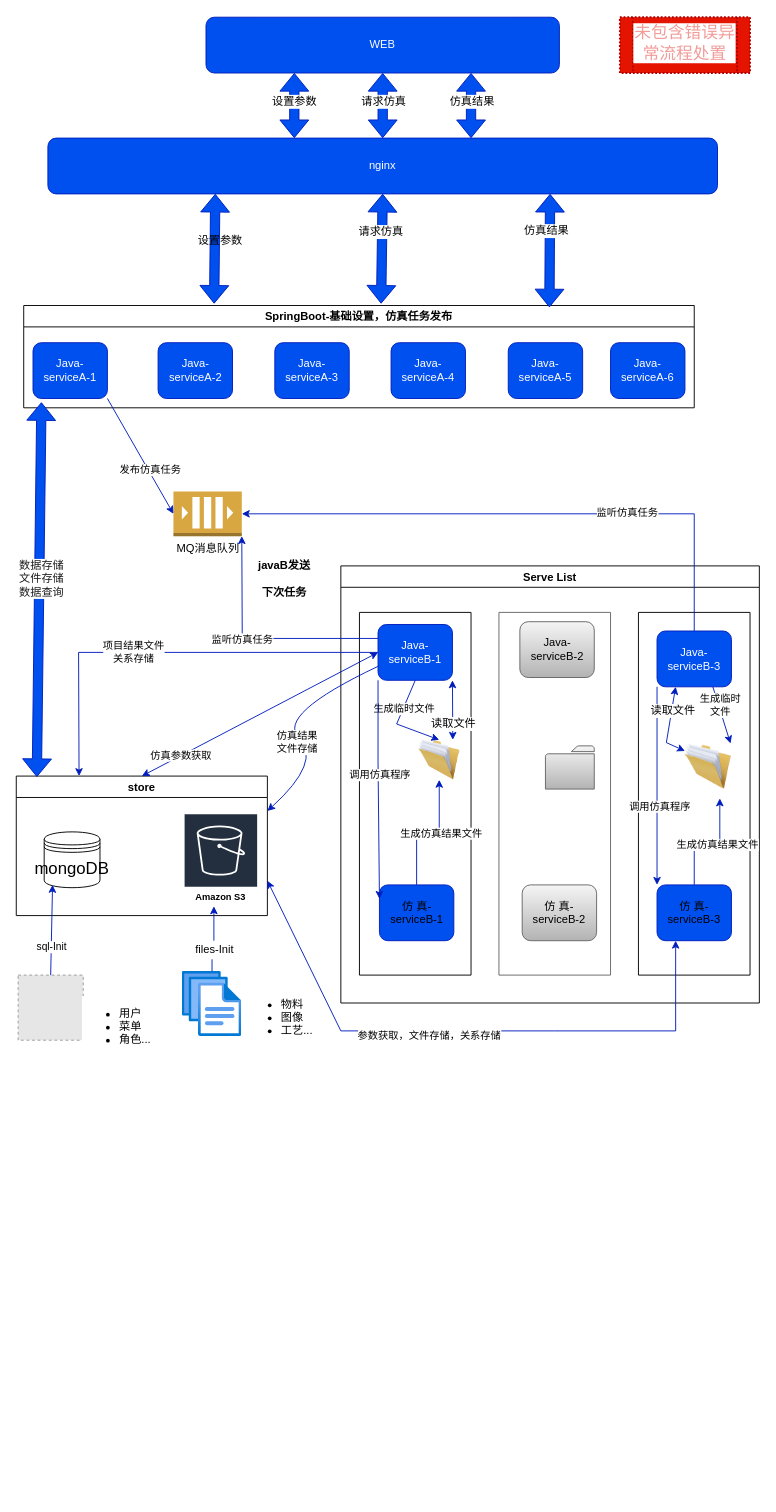
Above: doc/TechBusiness.drawio in yezhen701/VTCAD (draw.io), before the change. Source tidied: cells renumbered, new cells numbered last; positions are measured from the earlier drawing's top-left corner, leaving out a move shared by most shapes. Both pictures are drawn from the tidied source at 93%, with x=0, y=0 at pixel (16, 17). Pictures stored in the file or linked from it are replaced by grey dashed boxes.
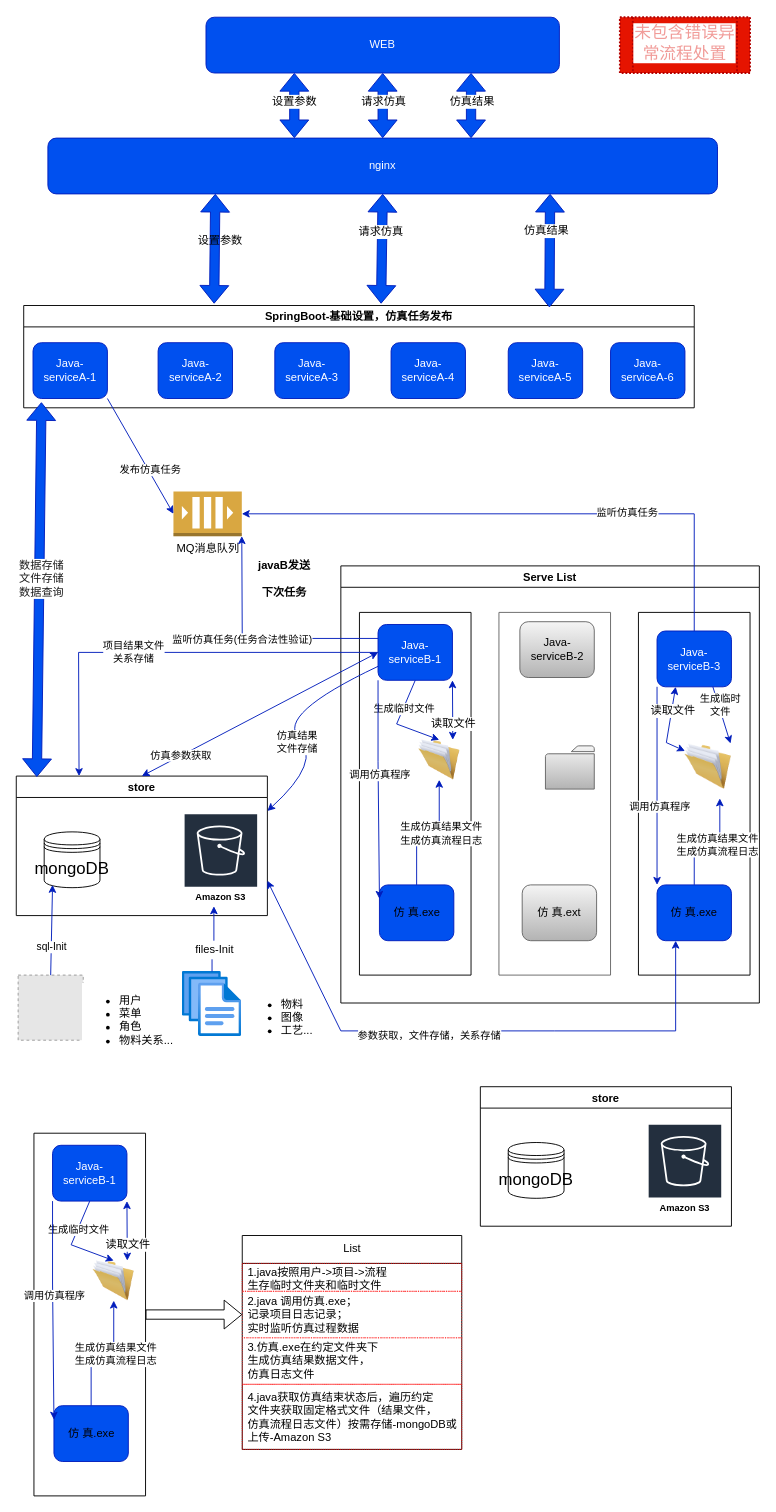
The same page after the edit.

Unchanged cells that the change refers to:
```xml
<mxCell id="15" style="swimlane;startSize=0;fontColor=#333333;strokeColor=#666666;fillColor=#E6E6E6;" parent="14" vertex="1">
  <mxGeometry x="170" y="50" width="120" height="390" as="geometry" />
</mxCell>
<mxCell id="19" style="swimlane;startSize=0;fontColor=default;strokeColor=default;fillColor=default;" parent="14" vertex="1">
  <mxGeometry x="20" y="50" width="120" height="390" as="geometry" />
</mxCell>
<mxCell id="21" style="edgeStyle=orthogonalEdgeStyle;rounded=0;jettySize=auto;html=1;labelBackgroundColor=default;fontColor=default;strokeColor=#001DBC;fillColor=#0050ef;" parent="19" edge="1" source="23" target="24">
  <mxGeometry relative="1" as="geometry" />
</mxCell>
<mxCell id="31" style="swimlane;startSize=0;fontColor=default;strokeColor=default;fillColor=default;" parent="14" vertex="1">
  <mxGeometry x="320" y="50" width="120" height="390" as="geometry" />
</mxCell>
<mxCell id="37" style="edgeStyle=orthogonalEdgeStyle;rounded=0;jettySize=auto;html=1;labelBackgroundColor=default;fontColor=default;strokeColor=#001DBC;fillColor=#0050ef;entryX=0.75;entryY=1;entryDx=0;entryDy=0;exitX=0.5;exitY=0;exitDx=0;exitDy=0;" parent="31" edge="1" source="33" target="34">
  <mxGeometry relative="1" as="geometry" />
</mxCell>
<mxCell id="54" style="endArrow=classic;html=1;rounded=0;labelBackgroundColor=default;fontColor=default;strokeColor=#001DBC;entryX=1;entryY=1;entryDx=0;entryDy=0;entryPerimeter=0;exitX=0;exitY=0.25;exitDx=0;exitDy=0;fillColor=#0050ef;" parent="1" edge="1" source="20" target="43">
  <mxGeometry relative="1" as="geometry">
    <Array as="points">
      <mxPoint x="243" y="668" />
    </Array>
  </mxGeometry>
</mxCell>
```

Change to the diagram source:
```diff
@@
-    <mxCell id="17" value="仿 真-serviceB-2" style="rounded=1;whiteSpace=wrap;html=1;strokeColor=#666666;fillColor=#f5f5f5;gradientColor=#b3b3b3;fontColor=default;" parent="15" vertex="1">
+    <mxCell id="17" value="仿 真.ext" style="rounded=1;whiteSpace=wrap;html=1;strokeColor=#666666;fillColor=#f5f5f5;gradientColor=#b3b3b3;fontColor=default;" parent="15" vertex="1">
       <mxGeometry x="25" y="293" width="80" height="60" as="geometry" />
     </mxCell>
@@
-    <mxCell id="22" value="生成仿真结果文件" style="edgeLabel;html=1;align=center;verticalAlign=middle;fontColor=default;" parent="21" vertex="1">
+    <mxCell id="22" value="生成仿真结果文件&lt;br&gt;生成仿真流程日志" style="edgeLabel;html=1;align=center;verticalAlign=middle;fontColor=default;" parent="21" vertex="1">
       <mxGeometry x="0.18" y="-2" relative="1" as="geometry">
         <mxPoint y="1" as="offset" />
       </mxGeometry>
     </mxCell>
-    <mxCell id="23" value="仿 真-serviceB-1" style="rounded=1;whiteSpace=wrap;html=1;fontColor=default;strokeColor=#001DBC;fillColor=#0050ef;" parent="19" vertex="1">
+    <mxCell id="23" value="仿 真.exe" style="rounded=1;whiteSpace=wrap;html=1;fontColor=default;strokeColor=#001DBC;fillColor=#0050ef;" parent="19" vertex="1">
       <mxGeometry x="21.5" y="293" width="80" height="60" as="geometry" />
     </mxCell>
@@
-    <mxCell id="33" value="仿 真-serviceB-3" style="rounded=1;whiteSpace=wrap;html=1;strokeColor=#001DBC;fillColor=#0050ef;fontColor=default;" parent="31" vertex="1">
+    <mxCell id="33" value="仿 真.exe" style="rounded=1;whiteSpace=wrap;html=1;strokeColor=#001DBC;fillColor=#0050ef;fontColor=default;" parent="31" vertex="1">
       <mxGeometry x="20" y="293" width="80" height="60" as="geometry" />
     </mxCell>
@@
-    <mxCell id="38" value="生成仿真结果文件" style="edgeLabel;html=1;align=center;verticalAlign=middle;fontColor=default;" parent="37" vertex="1">
+    <mxCell id="38" value="生成仿真结果文件&lt;br&gt;生成仿真流程日志" style="edgeLabel;html=1;align=center;verticalAlign=middle;fontColor=default;" parent="37" vertex="1">
       <mxGeometry x="0.18" y="-2" relative="1" as="geometry">
         <mxPoint y="1" as="offset" />
       </mxGeometry>
     </mxCell>
@@
-    <mxCell id="55" value="监听仿真任务" style="edgeLabel;html=1;align=center;verticalAlign=middle;fontColor=default;labelBackgroundColor=default;" parent="54" vertex="1">
+    <mxCell id="55" value="监听仿真任务(任务合法性验证)" style="edgeLabel;html=1;align=center;verticalAlign=middle;fontColor=default;labelBackgroundColor=default;" parent="54" vertex="1">
       <mxGeometry x="0.14" y="1" relative="1" as="geometry" />
     </mxCell>
@@
-    <mxCell id="76" value="&lt;ul&gt;&lt;li&gt;用户&lt;/li&gt;&lt;li&gt;菜单&amp;nbsp;&lt;/li&gt;&lt;li&gt;角色...&lt;/li&gt;&lt;/ul&gt;" style="text;strokeColor=none;fillColor=none;html=1;whiteSpace=wrap;verticalAlign=middle;overflow=hidden;shadow=0;dashed=1;dashPattern=1 1;labelBackgroundColor=default;fontSize=12;fontColor=default;" parent="1" vertex="1">
-      <mxGeometry x="69" y="1050" width="90" height="60" as="geometry" />
+    <mxCell id="76" value="&lt;ul&gt;&lt;li&gt;用户&lt;/li&gt;&lt;li&gt;菜单&amp;nbsp;&lt;/li&gt;&lt;li&gt;角色&lt;/li&gt;&lt;li&gt;物料关系...&lt;/li&gt;&lt;/ul&gt;" style="text;strokeColor=none;fillColor=none;html=1;whiteSpace=wrap;verticalAlign=middle;overflow=hidden;shadow=0;dashed=1;dashPattern=1 1;labelBackgroundColor=default;fontSize=12;fontColor=default;" parent="1" vertex="1">
+      <mxGeometry x="69" y="1036" width="100" height="74" as="geometry" />
     </mxCell>
@@
+    <mxCell id="83" style="swimlane;startSize=0;fontColor=default;strokeColor=default;fillColor=default;" parent="1" vertex="1">
+      <mxGeometry x="19" y="1200" width="120" height="390" as="geometry" />
+    </mxCell>
+    <mxCell id="84" value="Java-serviceB-1" style="rounded=1;whiteSpace=wrap;html=1;fontColor=#ffffff;strokeColor=#001DBC;fillColor=#0050ef;" parent="83" vertex="1">
+      <mxGeometry x="20" y="13" width="80" height="60" as="geometry" />
+    </mxCell>
+    <mxCell id="85" style="edgeStyle=orthogonalEdgeStyle;rounded=0;jettySize=auto;html=1;labelBackgroundColor=default;fontColor=default;strokeColor=#001DBC;fillColor=#0050ef;" parent="83" edge="1" source="87" target="88">
+      <mxGeometry relative="1" as="geometry" />
+    </mxCell>
+    <mxCell id="86" value="生成仿真结果文件&lt;br&gt;生成仿真流程日志" style="edgeLabel;html=1;align=center;verticalAlign=middle;fontColor=default;" parent="85" vertex="1">
+      <mxGeometry x="0.18" y="-2" relative="1" as="geometry">
+        <mxPoint y="1" as="offset" />
+      </mxGeometry>
+    </mxCell>
+    <mxCell id="87" value="仿 真.exe" style="rounded=1;whiteSpace=wrap;html=1;fontColor=default;strokeColor=#001DBC;fillColor=#0050ef;" parent="83" vertex="1">
+      <mxGeometry x="21.5" y="293" width="80" height="60" as="geometry" />
+    </mxCell>
+    <mxCell id="88" style="image;html=1;image=img/lib/clip_art/general/Full_Folder_128x128.png;shadow=0;dashed=0;labelBackgroundColor=#ffffff;fontColor=default;strokeColor=default;strokeWidth=2;fillColor=none;verticalAlign=top;" parent="83" vertex="1">
+      <mxGeometry x="56.5" y="137" width="58.5" height="43" as="geometry" />
+    </mxCell>
+    <mxCell id="89" style="endArrow=classic;html=1;rounded=0;labelBackgroundColor=default;fontColor=default;strokeColor=#001DBC;exitX=0.5;exitY=1;exitDx=0;exitDy=0;entryX=0.5;entryY=0;entryDx=0;entryDy=0;fillColor=#0050ef;" parent="83" edge="1" source="84" target="88">
+      <mxGeometry relative="1" as="geometry">
+        <Array as="points">
+          <mxPoint x="40" y="120" />
+        </Array>
+      </mxGeometry>
+    </mxCell>
+    <mxCell id="90" value="生成临时文件" style="edgeLabel;html=1;align=center;verticalAlign=middle;fontColor=default;labelBackgroundColor=default;" parent="89" vertex="1">
+      <mxGeometry x="-0.34" y="1" relative="1" as="geometry" />
+    </mxCell>
+    <mxCell id="91" style="endArrow=classic;html=1;rounded=0;labelBackgroundColor=default;fontColor=default;strokeColor=#001DBC;exitX=0;exitY=1;exitDx=0;exitDy=0;entryX=0;entryY=0.25;entryDx=0;entryDy=0;fillColor=#0050ef;" parent="83" edge="1" source="84" target="87">
+      <mxGeometry relative="1" as="geometry">
+        <Array as="points">
+          <mxPoint x="20" y="160" />
+        </Array>
+      </mxGeometry>
+    </mxCell>
+    <mxCell id="92" value="调用仿真程序" style="edgeLabel;html=1;align=center;verticalAlign=middle;fontColor=default;" parent="91" vertex="1">
+      <mxGeometry x="-0.13" y="1" relative="1" as="geometry" />
+    </mxCell>
+    <mxCell id="93" style="endArrow=classic;startArrow=classic;html=1;rounded=0;labelBackgroundColor=default;fontSize=12;fontColor=default;strokeColor=#001DBC;entryX=1;entryY=1;entryDx=0;entryDy=0;exitX=0.75;exitY=0;exitDx=0;exitDy=0;fillColor=#0050ef;" parent="83" edge="1" source="88" target="84">
+      <mxGeometry relative="1" as="geometry" />
+    </mxCell>
+    <mxCell id="94" value="读取文件" style="edgeLabel;html=1;align=center;verticalAlign=middle;fontSize=12;fontColor=default;labelBackgroundColor=default;" parent="93" vertex="1">
+      <mxGeometry x="-0.45" relative="1" as="geometry" />
+    </mxCell>
+    <mxCell id="95" style="shape=flexArrow;endArrow=classic;html=1;rounded=0;labelBackgroundColor=default;fontSize=12;fontColor=default;strokeColor=default;exitX=1;exitY=0.5;exitDx=0;exitDy=0;entryX=0;entryY=0.5;entryDx=0;entryDy=0;" parent="1" edge="1" source="83" target="98">
+      <mxGeometry relative="1" as="geometry" />
+    </mxCell>
+    <mxCell id="96" value="List" style="swimlane;fontStyle=0;horizontal=1;startSize=30;shadow=0;labelBackgroundColor=default;fontSize=12;fontColor=default;strokeColor=default;strokeWidth=1;fillColor=default;verticalAlign=top;html=1;" parent="1" vertex="1">
+      <mxGeometry x="243" y="1310" width="236" height="230" as="geometry" />
+    </mxCell>
+    <mxCell id="97" value="1.java按照用户-&amp;gt;项目-&amp;gt;流程&lt;br&gt;生存临时文件夹和临时文件" style="text;strokeColor=#FF0000;fillColor=none;align=left;verticalAlign=middle;spacingLeft=4;spacingRight=4;overflow=hidden;shadow=0;dashed=1;dashPattern=1 1;labelBackgroundColor=default;fontSize=12;fontColor=default;html=1;" parent="96" vertex="1">
+      <mxGeometry y="30" width="236" height="30" as="geometry" />
+    </mxCell>
+    <mxCell id="98" value="2.java 调用仿真.exe；&lt;br&gt;记录项目日志记录；&lt;br&gt;实时监听仿真过程数据" style="text;align=left;verticalAlign=middle;spacingLeft=4;spacingRight=4;overflow=hidden;points=[[0,0.5],[1,0.5]];portConstraint=eastwest;shadow=0;labelBackgroundColor=default;fontSize=12;html=1;fontColor=default;strokeWidth=1;strokeColor=#FF3333;dashed=1;dashPattern=1 2;" parent="96" vertex="1">
+      <mxGeometry y="60" width="236" height="50" as="geometry" />
+    </mxCell>
+    <mxCell id="99" value="3.仿真.exe在约定文件夹下&lt;br&gt;生成仿真结果数据文件，&lt;br&gt;仿真日志文件" style="text;strokeColor=#FF3333;fillColor=none;align=left;verticalAlign=middle;spacingLeft=4;spacingRight=4;overflow=hidden;shadow=0;dashed=1;dashPattern=1 1;labelBackgroundColor=default;fontSize=12;fontColor=default;html=1;" parent="96" vertex="1">
+      <mxGeometry y="110" width="236" height="50" as="geometry" />
+    </mxCell>
+    <mxCell id="100" value="4.java获取仿真结束状态后，遍历约定&lt;br&gt;文件夹获取固定格式文件（结果文件，&lt;br&gt;仿真流程日志文件）按需存储-mongoDB或&lt;br&gt;上传-Amazon S3" style="text;strokeColor=#FF0000;fillColor=none;align=left;verticalAlign=middle;spacingLeft=4;spacingRight=4;overflow=hidden;shadow=0;dashed=1;dashPattern=1 1;labelBackgroundColor=default;fontSize=12;fontColor=default;html=1;" parent="96" vertex="1">
+      <mxGeometry y="160" width="236" height="70" as="geometry" />
+    </mxCell>
+    <mxCell id="101" value="store" style="swimlane;fontColor=default;strokeColor=default;fillColor=default;" parent="1" vertex="1">
+      <mxGeometry x="499" y="1150" width="270" height="150" as="geometry" />
+    </mxCell>
+    <mxCell id="102" value="mongoDB" style="shape=datastore;whiteSpace=wrap;html=1;fontSize=18;fillColor=default;strokeColor=default;fontColor=default;" parent="101" vertex="1">
+      <mxGeometry x="30" y="60" width="60" height="60" as="geometry" />
+    </mxCell>
+    <mxCell id="103" value="Amazon S3" style="sketch=0;fontColor=default;gradientColor=none;strokeColor=#ffffff;fillColor=#232F3E;dashed=0;verticalLabelPosition=middle;verticalAlign=bottom;align=center;html=1;whiteSpace=wrap;fontSize=10;fontStyle=1;spacing=3;shape=mxgraph.aws4.productIcon;prIcon=mxgraph.aws4.s3;" parent="101" vertex="1">
+      <mxGeometry x="180" y="40" width="80" height="100" as="geometry" />
+    </mxCell>
```
